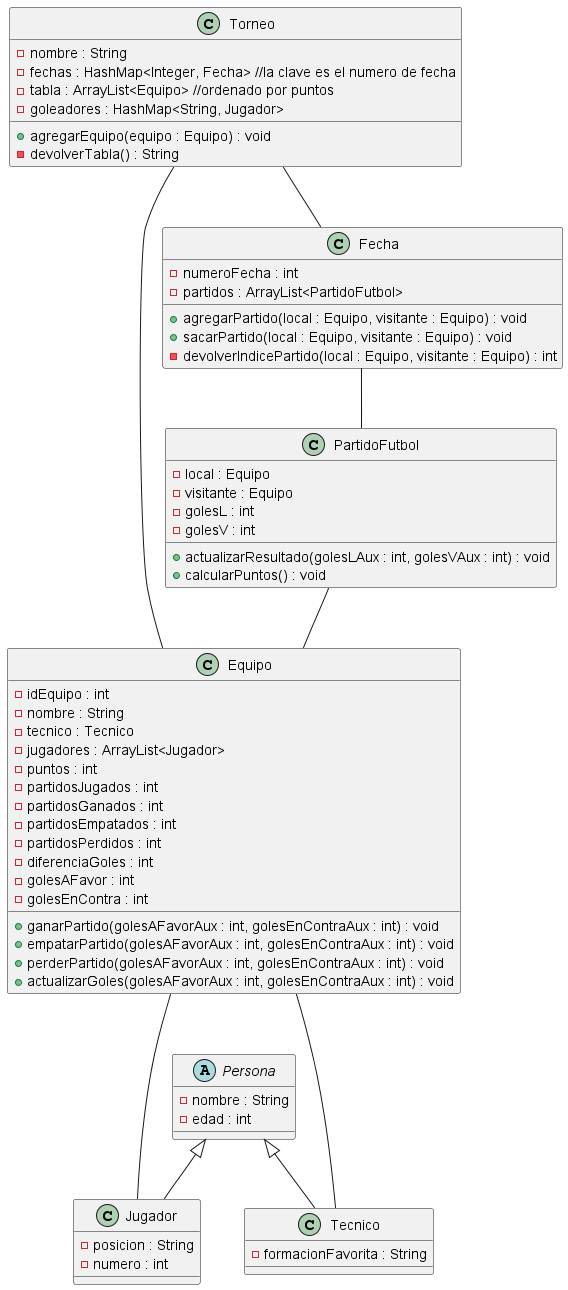
This is images/diagramaDeClases.png from agustinrojass/appTorneo, a PlantUML export, as it was before one commit. The source it was exported from:
```plantuml
@startuml
Torneo -- Equipo
Torneo -- Fecha
Fecha -- PartidoFutbol
PartidoFutbol -- Equipo
Equipo --- Jugador
Equipo --- Tecnico
class Torneo {
    - nombre : String
    - fechas : HashMap<Integer, Fecha> //la clave es el numero de fecha
    - tabla : ArrayList<Equipo> //ordenado por puntos
    - goleadores : HashMap<String, Jugador>
    + agregarEquipo(equipo : Equipo) : void
    - devolverTabla() : String
}
class Fecha {
    - numeroFecha : int
    - partidos : ArrayList<PartidoFutbol>
    + agregarPartido(local : Equipo, visitante : Equipo) : void
    + sacarPartido(local : Equipo, visitante : Equipo) : void
    - devolverIndicePartido(local : Equipo, visitante : Equipo) : int
}
class PartidoFutbol {
    - local : Equipo
    - visitante : Equipo
    - golesL : int
    - golesV : int
    + actualizarResultado(golesLAux : int, golesVAux : int) : void
    + calcularPuntos() : void
}
class Equipo {
    - idEquipo : int
    - nombre : String
    - tecnico : Tecnico
    - jugadores : ArrayList<Jugador>
    - puntos : int
    - partidosJugados : int
    - partidosGanados : int
    - partidosEmpatados : int
    - partidosPerdidos : int
    - diferenciaGoles : int
    - golesAFavor : int
    - golesEnContra : int
    + ganarPartido(golesAFavorAux : int, golesEnContraAux : int) : void
    + empatarPartido(golesAFavorAux : int, golesEnContraAux : int) : void
    + perderPartido(golesAFavorAux : int, golesEnContraAux : int) : void
    + actualizarGoles(golesAFavorAux : int, golesEnContraAux : int) : void
}
abstract class Persona {
    - nombre : String
    - edad : int
}
class Jugador extends Persona {
    - posicion : String
    - numero : int
}
class Tecnico extends Persona {
    - formacionFavorita : String
}
@enduml
```
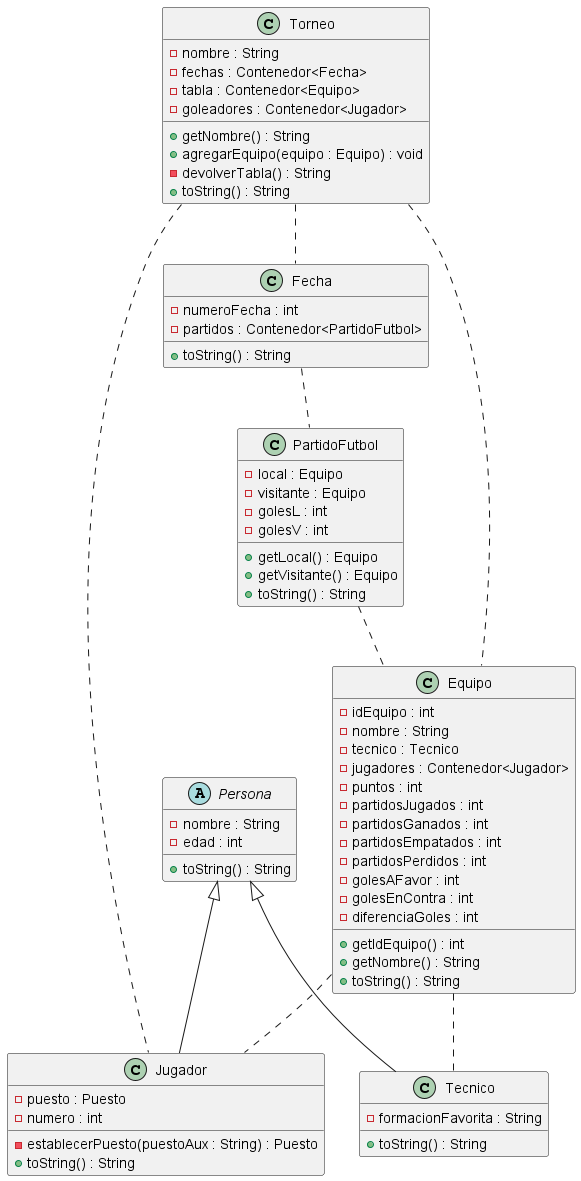
The same diagram one commit later.

Change to the diagram source:
```diff
@@ -1,60 +1,65 @@
 @startuml
-Torneo -- Equipo
-Torneo -- Fecha
-Fecha -- PartidoFutbol
-PartidoFutbol -- Equipo
-Equipo --- Jugador
-Equipo --- Tecnico
+Torneo -. Fecha
+Torneo -. Equipo
+Torneo -. Jugador
+Fecha -. PartidoFutbol
+PartidoFutbol -. Equipo
+Equipo -. Jugador
+Equipo -. Tecnico
 class Torneo {
     - nombre : String
-    - fechas : HashMap<Integer, Fecha> //la clave es el numero de fecha
-    - tabla : ArrayList<Equipo> //ordenado por puntos
-    - goleadores : HashMap<String, Jugador>
+    - fechas : Contenedor<Fecha>
+    - tabla : Contenedor<Equipo>
+    - goleadores : Contenedor<Jugador>
+    + getNombre() : String
     + agregarEquipo(equipo : Equipo) : void
     - devolverTabla() : String
+    + toString() : String
 }
 class Fecha {
     - numeroFecha : int
-    - partidos : ArrayList<PartidoFutbol>
-    + agregarPartido(local : Equipo, visitante : Equipo) : void
-    + sacarPartido(local : Equipo, visitante : Equipo) : void
-    - devolverIndicePartido(local : Equipo, visitante : Equipo) : int
+    - partidos : Contenedor<PartidoFutbol>
+    + toString() : String
 }
 class PartidoFutbol {
     - local : Equipo
     - visitante : Equipo
     - golesL : int
     - golesV : int
-    + actualizarResultado(golesLAux : int, golesVAux : int) : void
-    + calcularPuntos() : void
+    + getLocal() : Equipo
+    + getVisitante() : Equipo
+    + toString() : String
 }
 class Equipo {
     - idEquipo : int
     - nombre : String
     - tecnico : Tecnico
-    - jugadores : ArrayList<Jugador>
+    - jugadores : Contenedor<Jugador>
     - puntos : int
     - partidosJugados : int
     - partidosGanados : int
     - partidosEmpatados : int
     - partidosPerdidos : int
-    - diferenciaGoles : int
     - golesAFavor : int
     - golesEnContra : int
-    + ganarPartido(golesAFavorAux : int, golesEnContraAux : int) : void
-    + empatarPartido(golesAFavorAux : int, golesEnContraAux : int) : void
-    + perderPartido(golesAFavorAux : int, golesEnContraAux : int) : void
-    + actualizarGoles(golesAFavorAux : int, golesEnContraAux : int) : void
+    - diferenciaGoles : int
+    + getIdEquipo() : int
+    + getNombre() : String
+    + toString() : String
 }
 abstract class Persona {
     - nombre : String
     - edad : int
+    + toString() : String
 }
 class Jugador extends Persona {
-    - posicion : String
+    - puesto : Puesto
     - numero : int
+    - establecerPuesto(puestoAux : String) : Puesto
+    + toString() : String
 }
 class Tecnico extends Persona {
     - formacionFavorita : String
+    + toString() : String
 }
 @enduml
```
